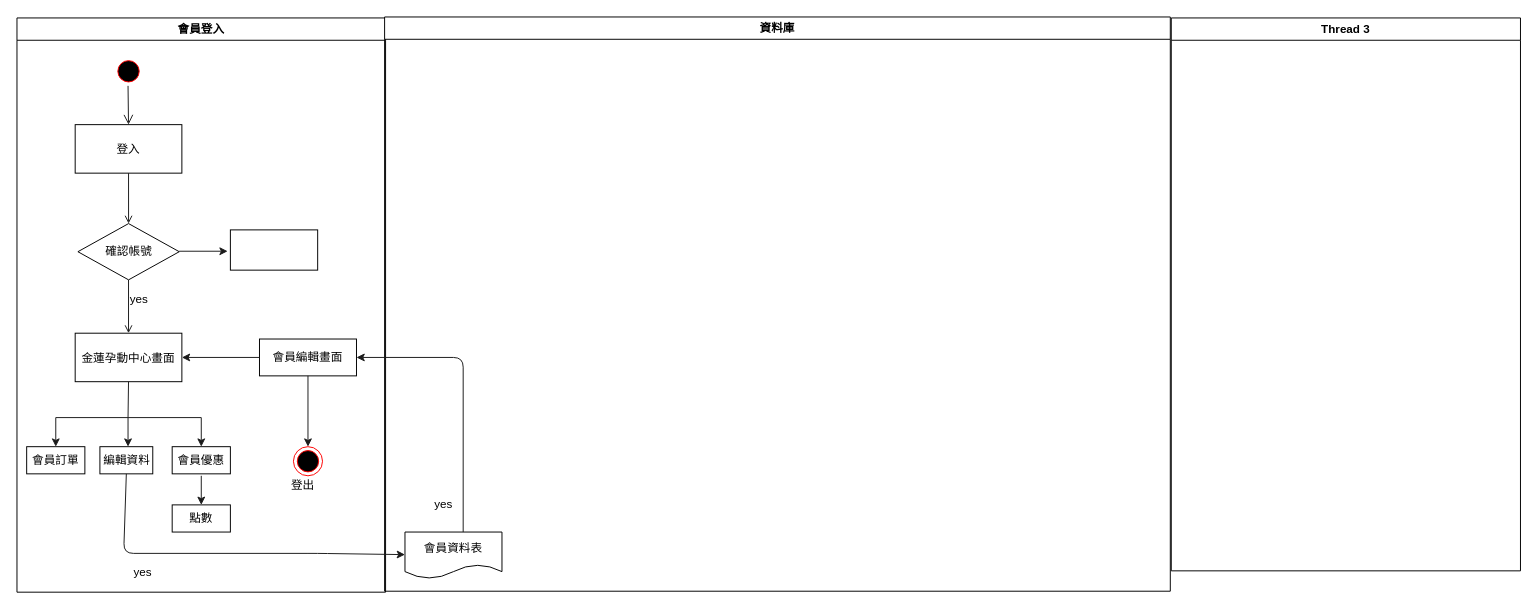
Before: 會員登入.drawio in 4gold/github-slideshow, a draw.io diagram. Source tidied: cells renumbered, new cells numbered last; positions are measured from the earlier drawing's top-left corner, leaving out a move shared by most shapes. Both pictures are drawn from the tidied source at 97%, with x=0, y=0 at pixel (16, 16).
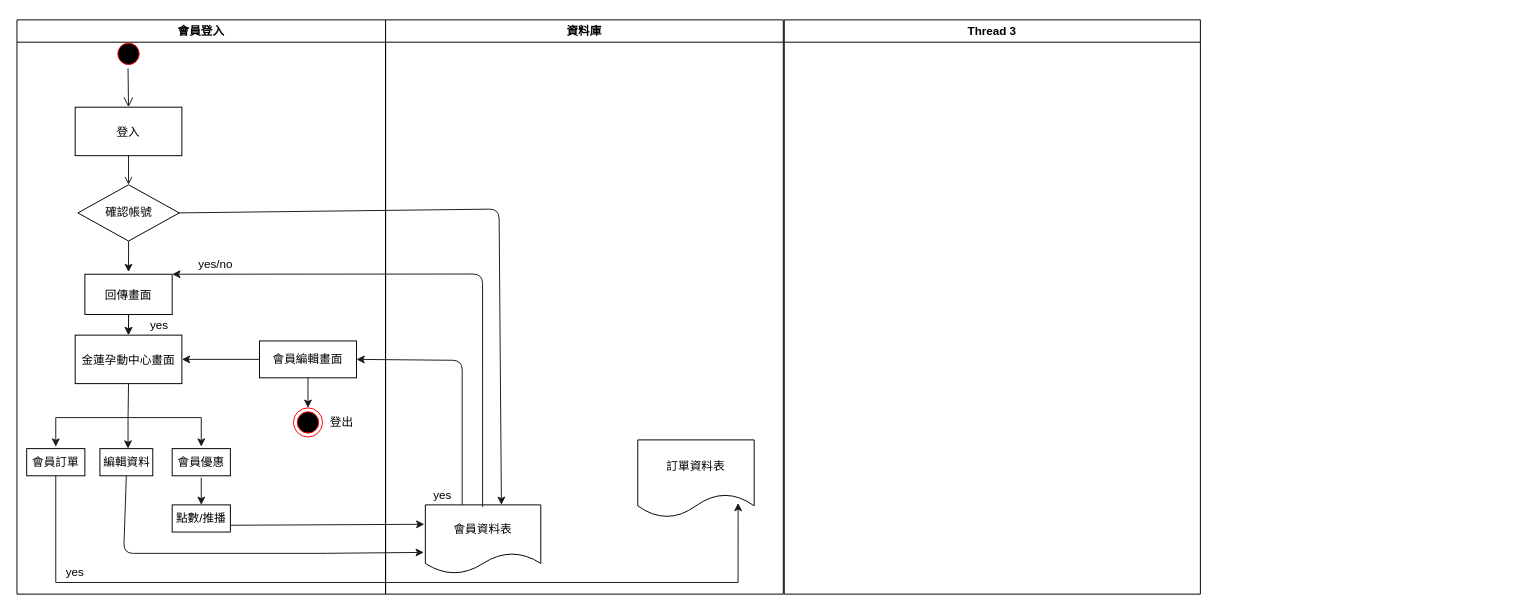
Above is the later version.

Unchanged cells that the change refers to:
```xml
<mxCell id="6" value="金蓮孕動中心畫面" parent="2" vertex="1">
  <mxGeometry x="60" y="325" width="110" height="50" as="geometry" />
</mxCell>
<mxCell id="16" value="編輯資料" style="rounded=0;whiteSpace=wrap;html=1;" parent="2" vertex="1">
  <mxGeometry x="85.5" y="442" width="54.5" height="28" as="geometry" />
</mxCell>
<mxCell id="17" value="會員訂單" style="rounded=0;whiteSpace=wrap;html=1;" parent="2" vertex="1">
  <mxGeometry x="10" y="442" width="60" height="28" as="geometry" />
</mxCell>
<mxCell id="20" value="會員編輯畫面" style="rounded=0;whiteSpace=wrap;html=1;" parent="2" vertex="1">
  <mxGeometry x="250" y="331" width="100" height="38" as="geometry" />
</mxCell>
```

Diff of the diagram source:
```diff
@@
     <mxCell id="2" value="會員登入" style="swimlane;whiteSpace=wrap;" parent="1" vertex="1">
-      <mxGeometry y="1" width="380" height="592" as="geometry" />
+      <mxGeometry y="3" width="380" height="592" as="geometry" />
     </mxCell>
     <mxCell id="3" style="ellipse;shape=startState;fillColor=#000000;strokeColor=#ff0000;" parent="2" vertex="1">
-      <mxGeometry x="100" y="40" width="30" height="30" as="geometry" />
+      <mxGeometry x="100" y="20" width="30" height="30" as="geometry" />
     </mxCell>
     <mxCell id="4" value="登入" parent="2" vertex="1">
-      <mxGeometry x="60" y="110" width="110" height="50" as="geometry" />
+      <mxGeometry x="60" y="90" width="110" height="50" as="geometry" />
     </mxCell>
-    <mxCell id="5" style="endArrow=open;endFill=1;rounded=0;entryX=0.5;entryY=0;entryDx=0;entryDy=0;strokeColor=#1A1A1A;" parent="2" edge="1" source="4" target="8">
-      <mxGeometry relative="1" as="geometry" />
+    <mxCell id="5" style="endArrow=open;endFill=1;rounded=0;strokeColor=#1A1A1A;" parent="2" edge="1" source="4">
+      <mxGeometry relative="1" as="geometry">
+        <mxPoint x="115" y="170" as="targetPoint" />
+      </mxGeometry>
     </mxCell>
@@
     <mxCell id="7" style="endArrow=open;endFill=1;rounded=0;strokeColor=#1A1A1A;" parent="2" edge="1" target="6">
       <mxGeometry relative="1" as="geometry">
-        <mxPoint x="115" y="270" as="sourcePoint" />
+        <mxPoint x="115" y="290" as="sourcePoint" />
       </mxGeometry>
     </mxCell>
     <mxCell id="8" value="確認帳號" style="rhombus;whiteSpace=wrap;html=1;" parent="2" vertex="1">
-      <mxGeometry x="62.8" y="212" width="104.5" height="58" as="geometry" />
+      <mxGeometry x="62.8" y="170" width="104.5" height="58" as="geometry" />
     </mxCell>
+    <mxCell id="36" style="edgeStyle=orthogonalEdgeStyle;rounded=0;jettySize=auto;html=1;strokeColor=#1A1A1A;" parent="2" edge="1" source="9" target="6">
+      <mxGeometry relative="1" as="geometry" />
+    </mxCell>
-    <mxCell id="9" parent="2" vertex="1">
-      <mxGeometry x="220" y="218.5" width="90" height="41.5" as="geometry" />
+    <mxCell id="9" value="回傳畫面" parent="2" vertex="1">
+      <mxGeometry x="70" y="262.2" width="90" height="41.5" as="geometry" />
     </mxCell>
     <mxCell id="10" value="yes" style="text;html=1;strokeColor=none;fillColor=none;align=center;verticalAlign=middle;whiteSpace=wrap;rounded=0;" parent="2" vertex="1">
-      <mxGeometry x="105.5" y="280" width="40" height="20" as="geometry" />
+      <mxGeometry x="127.2" y="305" width="40" height="20" as="geometry" />
     </mxCell>
     <mxCell id="11" style="edgeStyle=elbowEdgeStyle;elbow=horizontal;verticalAlign=bottom;endArrow=open;endSize=8;endFill=1;rounded=0;strokeColor=#1A1A1A;" parent="2" edge="1">
-      <mxGeometry x="105" y="-88" as="geometry">
-        <mxPoint x="114.5" y="70" as="sourcePoint" />
-        <mxPoint x="115" y="110" as="targetPoint" />
+      <mxGeometry x="105" y="-108" as="geometry">
+        <mxPoint x="114.5" y="50" as="sourcePoint" />
+        <mxPoint x="115" y="90" as="targetPoint" />
       </mxGeometry>
     </mxCell>
-    <mxCell id="12" style="endArrow=classic;html=1;strokeColor=#1A1A1A;" parent="2" edge="1">
-      <mxGeometry relative="1" as="geometry">
-        <mxPoint x="167.2" y="240.5" as="sourcePoint" />
-        <mxPoint x="217.2" y="240.5" as="targetPoint" />
-      </mxGeometry>
-    </mxCell>
@@
-    <mxCell id="18" value="點數" style="rounded=0;whiteSpace=wrap;html=1;" parent="2" vertex="1">
-      <mxGeometry x="160" y="502" width="60" height="28" as="geometry" />
+    <mxCell id="18" value="點數/推播" style="rounded=0;whiteSpace=wrap;html=1;" parent="2" vertex="1">
+      <mxGeometry x="160" y="500" width="60" height="28" as="geometry" />
     </mxCell>
@@
     <mxCell id="22" style="ellipse;shape=endState;fillColor=#000000;strokeColor=#ff0000;" parent="2" vertex="1">
-      <mxGeometry x="285" y="442" width="30" height="30" as="geometry" />
+      <mxGeometry x="285" y="400" width="30" height="30" as="geometry" />
     </mxCell>
@@
     <mxCell id="24" value="登出" style="text;html=1;strokeColor=none;fillColor=none;align=center;verticalAlign=middle;whiteSpace=wrap;rounded=0;" parent="2" vertex="1">
-      <mxGeometry x="275" y="472" width="40" height="20" as="geometry" />
+      <mxGeometry x="315" y="405" width="40" height="20" as="geometry" />
     </mxCell>
+    <mxCell id="37" value="yes/no" style="text;html=1;strokeColor=none;fillColor=none;align=center;verticalAlign=middle;whiteSpace=wrap;rounded=0;" parent="2" vertex="1">
+      <mxGeometry x="180" y="242.2" width="50" height="20" as="geometry" />
+    </mxCell>
+    <mxCell id="30" value="yes" style="text;html=1;strokeColor=none;fillColor=none;align=center;verticalAlign=middle;whiteSpace=wrap;rounded=0;" parent="2" vertex="1">
+      <mxGeometry x="40" y="560" width="40" height="20" as="geometry" />
+    </mxCell>
     <mxCell id="25" value="資料庫" style="swimlane;whiteSpace=wrap;" parent="1" vertex="1">
-      <mxGeometry x="379" width="810" height="592" as="geometry" />
+      <mxGeometry x="380" y="3" width="410" height="592" as="geometry" />
     </mxCell>
     <mxCell id="26" value="會員資料表" style="shape=document;whiteSpace=wrap;html=1;boundedLbl=1;" parent="25" vertex="1">
-      <mxGeometry x="21" y="531" width="100" height="48" as="geometry" />
+      <mxGeometry x="41" y="500" width="119" height="71" as="geometry" />
     </mxCell>
     <mxCell id="27" value="yes" style="text;html=1;strokeColor=none;fillColor=none;align=center;verticalAlign=middle;whiteSpace=wrap;rounded=0;" parent="25" vertex="1">
-      <mxGeometry x="41" y="493" width="40" height="20" as="geometry" />
+      <mxGeometry x="39" y="480" width="40" height="20" as="geometry" />
     </mxCell>
+    <mxCell id="38" value="訂單資料表" style="shape=document;whiteSpace=wrap;html=1;boundedLbl=1;" parent="25" vertex="1">
+      <mxGeometry x="260" y="433" width="120" height="80" as="geometry" />
+    </mxCell>
     <mxCell id="28" value="Thread 3" style="swimlane;whiteSpace=wrap;" parent="1" vertex="1">
-      <mxGeometry x="1190" y="1" width="360" height="570" as="geometry" />
+      <mxGeometry x="791" y="3" width="429" height="592" as="geometry" />
     </mxCell>
-    <mxCell id="29" style="endArrow=classic;html=1;strokeColor=#1A1A1A;exitX=0.5;exitY=1;exitDx=0;exitDy=0;" parent="1" edge="1" source="16" target="26">
+    <mxCell id="29" style="endArrow=classic;html=1;strokeColor=#1A1A1A;exitX=0.5;exitY=1;exitDx=0;exitDy=0;entryX=-0.013;entryY=0.69;entryDx=0;entryDy=0;entryPerimeter=0;" parent="1" edge="1" source="16" target="26">
       <mxGeometry relative="1" as="geometry">
         <Array as="points">
           <mxPoint x="110" y="553" />
           <mxPoint x="310" y="553" />
         </Array>
       </mxGeometry>
     </mxCell>
-    <mxCell id="30" value="yes" style="text;html=1;strokeColor=none;fillColor=none;align=center;verticalAlign=middle;whiteSpace=wrap;rounded=0;" parent="1" vertex="1">
-      <mxGeometry x="110" y="563" width="40" height="20" as="geometry" />
-    </mxCell>
@@
-    <mxCell id="35" style="endArrow=classic;html=1;strokeColor=#1A1A1A;entryX=1;entryY=0.5;entryDx=0;entryDy=0;" parent="1" edge="1" target="20">
+    <mxCell id="35" style="endArrow=classic;html=1;strokeColor=#1A1A1A;entryX=1;entryY=0.5;entryDx=0;entryDy=0;exitX=1;exitY=1;exitDx=0;exitDy=0;" parent="1" edge="1" source="27" target="20">
       <mxGeometry relative="1" as="geometry">
-        <mxPoint x="460" y="531" as="sourcePoint" />
         <Array as="points">
-          <mxPoint x="460" y="351" />
+          <mxPoint x="459" y="354" />
         </Array>
       </mxGeometry>
     </mxCell>
+    <mxCell id="39" style="endArrow=classic;html=1;strokeColor=#1A1A1A;exitX=1;exitY=0.75;exitDx=0;exitDy=0;" parent="1" edge="1" source="18">
+      <mxGeometry relative="1" as="geometry">
+        <mxPoint x="420" y="523" as="targetPoint" />
+      </mxGeometry>
+    </mxCell>
+    <mxCell id="40" style="endArrow=classic;html=1;strokeColor=#1A1A1A;entryX=0.659;entryY=0;entryDx=0;entryDy=0;entryPerimeter=0;" parent="1" edge="1" target="26">
+      <mxGeometry relative="1" as="geometry">
+        <mxPoint x="166" y="202" as="sourcePoint" />
+        <Array as="points">
+          <mxPoint x="166" y="202" />
+          <mxPoint x="497" y="198" />
+        </Array>
+      </mxGeometry>
+    </mxCell>
+    <mxCell id="41" style="endArrow=classic;html=1;strokeColor=#1A1A1A;exitX=0.5;exitY=1;exitDx=0;exitDy=0;" parent="1" edge="1" source="8">
+      <mxGeometry relative="1" as="geometry">
+        <mxPoint x="115" y="263" as="targetPoint" />
+      </mxGeometry>
+    </mxCell>
+    <mxCell id="42" style="endArrow=classic;html=1;strokeColor=#1A1A1A;entryX=1;entryY=0;entryDx=0;entryDy=0;exitX=0.496;exitY=0.028;exitDx=0;exitDy=0;exitPerimeter=0;" parent="1" edge="1" source="26" target="9">
+      <mxGeometry relative="1" as="geometry">
+        <Array as="points">
+          <mxPoint x="480" y="265" />
+          <mxPoint x="460" y="265" />
+        </Array>
+      </mxGeometry>
+    </mxCell>
+    <mxCell id="43" style="edgeStyle=orthogonalEdgeStyle;rounded=0;jettySize=auto;html=1;exitX=0.5;exitY=1;exitDx=0;exitDy=0;entryX=0.862;entryY=0.812;entryDx=0;entryDy=0;entryPerimeter=0;strokeColor=#1A1A1A;" parent="1" edge="1" source="17" target="38">
+      <mxGeometry relative="1" as="geometry">
+        <Array as="points">
+          <mxPoint x="40" y="583" />
+          <mxPoint x="743" y="583" />
+        </Array>
+      </mxGeometry>
+    </mxCell>
```
